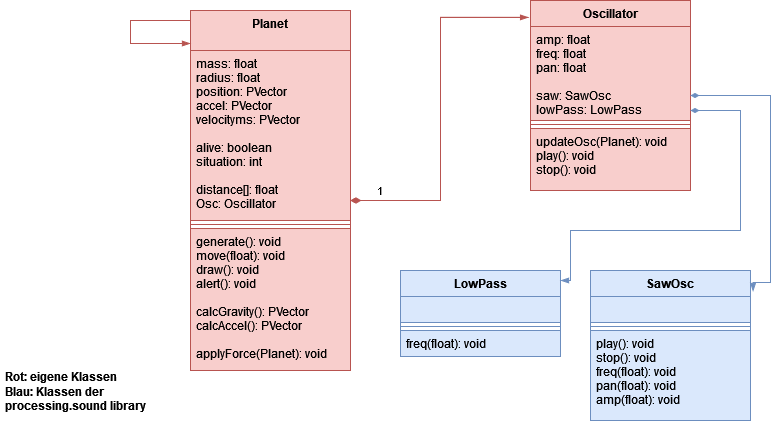
Kepasu/Informatik-Projekt-S1 keeps this draw.io diagram as Klassendiagramm.drawio.png. Above is the earlier version. Source tidied: cells renumbered, new cells last; positions are measured from the earlier drawing's top-left corner, leaving out a move shared by most shapes.
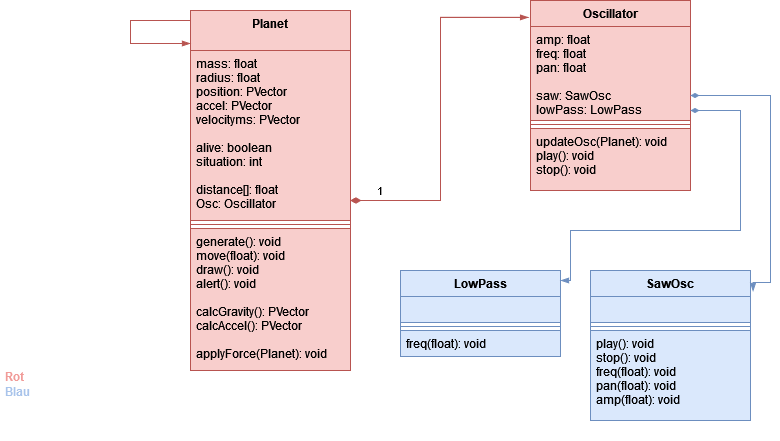
The same file after the commit.

The edit, as a diff of the source:
```diff
@@ -96,7 +96,7 @@
         </Array>
       </mxGeometry>
     </mxCell>
-    <mxCell id="23" value="&lt;div&gt;&lt;font face=&quot;Helvetica&quot;&gt;&lt;b&gt;Rot: eigene Klassen&lt;/b&gt;&lt;/font&gt;&lt;/div&gt;&lt;div&gt;&lt;font face=&quot;Helvetica&quot;&gt;&lt;b&gt;Blau: Klassen der processing.sound library&lt;br&gt;&lt;/b&gt;&lt;/font&gt;&lt;/div&gt;" style="text;html=1;strokeColor=none;fillColor=none;spacing=5;spacingTop=-20;whiteSpace=wrap;overflow=hidden;rounded=0;" parent="1" vertex="1">
+    <mxCell id="23" value="&lt;div&gt;&lt;font face=&quot;Helvetica&quot; color=&quot;#FFFFFF&quot;&gt;&lt;b&gt;&lt;font color=&quot;#F19C99&quot;&gt;Rot&lt;/font&gt;: eigene Klassen&lt;/b&gt;&lt;/font&gt;&lt;/div&gt;&lt;div&gt;&lt;font face=&quot;Helvetica&quot; color=&quot;#FFFFFF&quot;&gt;&lt;b&gt;&lt;font color=&quot;#A9C4EB&quot;&gt;Blau&lt;/font&gt;: Klassen der processing.sound library&lt;br&gt;&lt;/b&gt;&lt;/font&gt;&lt;/div&gt;" style="text;html=1;spacing=5;spacingTop=-20;whiteSpace=wrap;overflow=hidden;rounded=0;" parent="1" vertex="1">
       <mxGeometry y="380" width="190" height="60" as="geometry" />
     </mxCell>
   </root>
```
